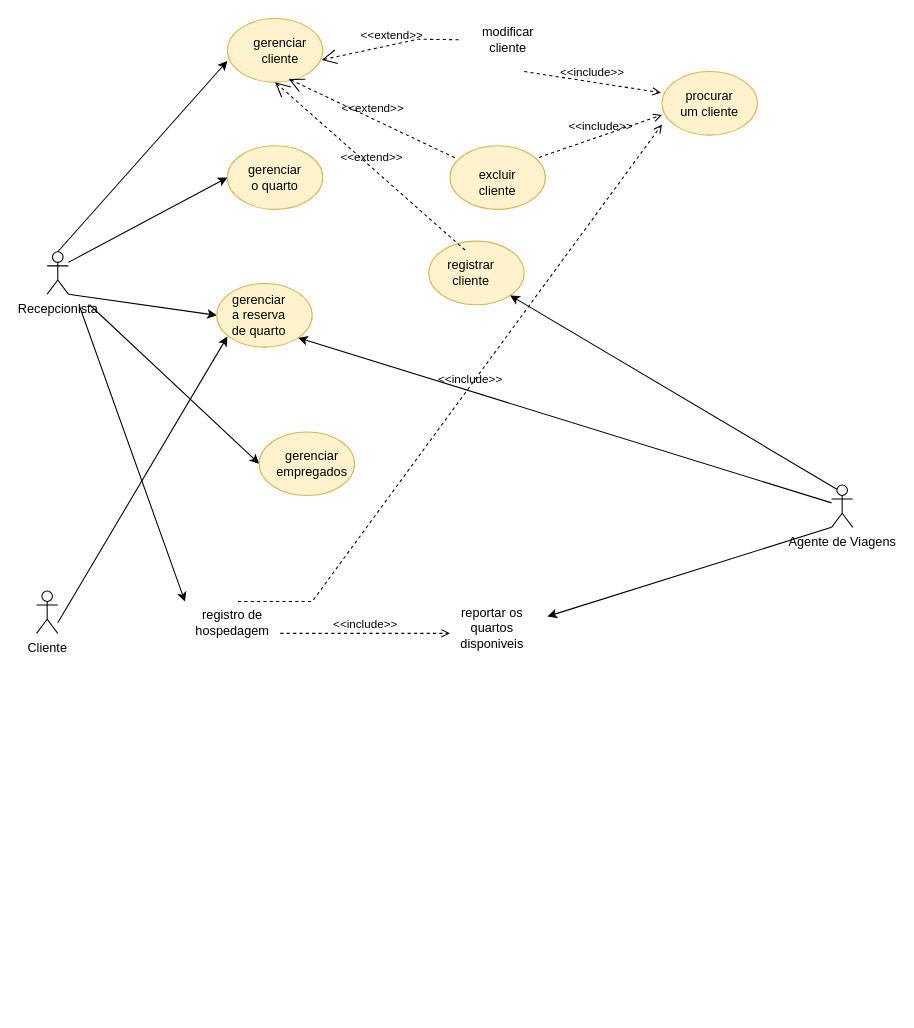
Above: page "Página-1" (1 of 7) of Diagrama sem nome.drawio in maqueto/maquetoo (draw.io), before the change. Source tidied: cells renumbered, new cells numbered last; positions are measured from the earlier drawing's top-left corner, leaving out a move shared by most shapes. Both pictures are drawn from the tidied source at 106%, with x=0, y=0 at pixel (36, 18).
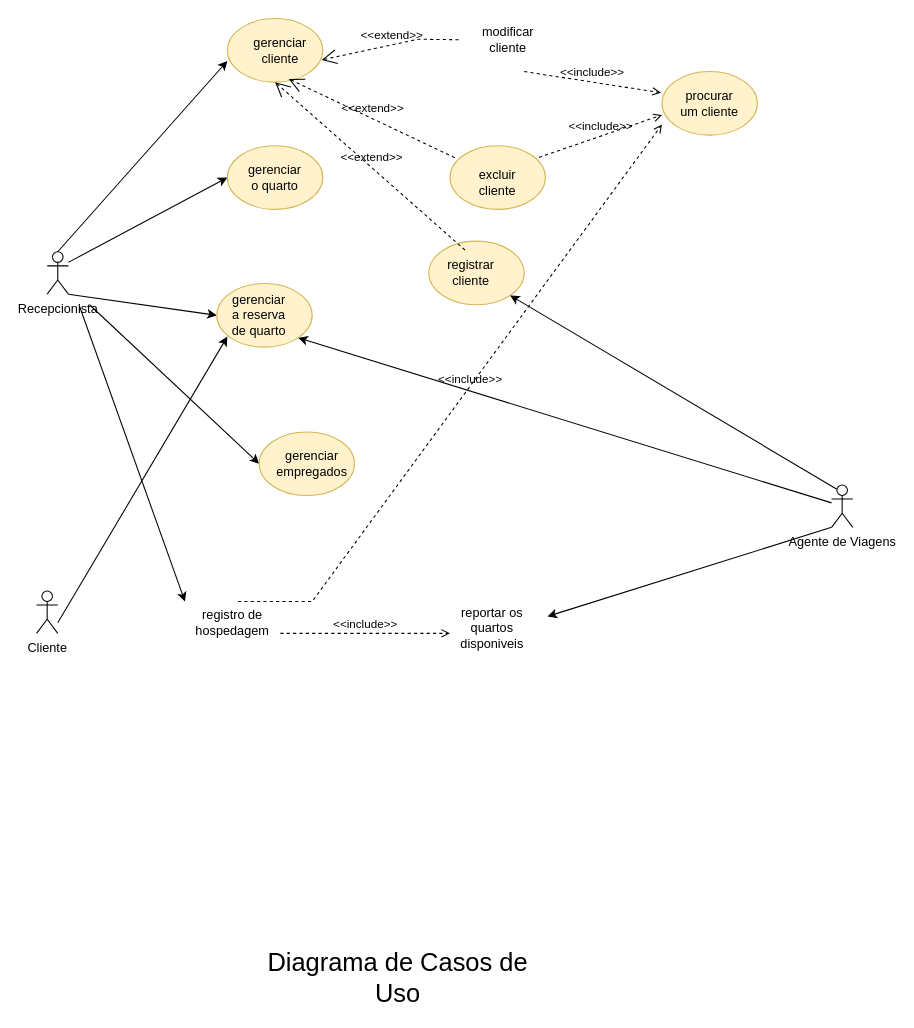
Above is the later version.

Diff of the diagram source:
```diff
@@
+    <mxCell id="38" value="&lt;div style=&quot;text-align: center;&quot;&gt;&lt;span style=&quot;background-color: transparent; color: light-dark(rgb(0, 0, 0), rgb(255, 255, 255)); font-size: 24px;&quot;&gt;Diagrama de Casos de Uso&lt;/span&gt;&lt;/div&gt;" style="text;whiteSpace=wrap;html=1;" parent="1" vertex="1">
+      <mxGeometry x="210" y="870" width="260" height="50" as="geometry" />
+    </mxCell>
```
